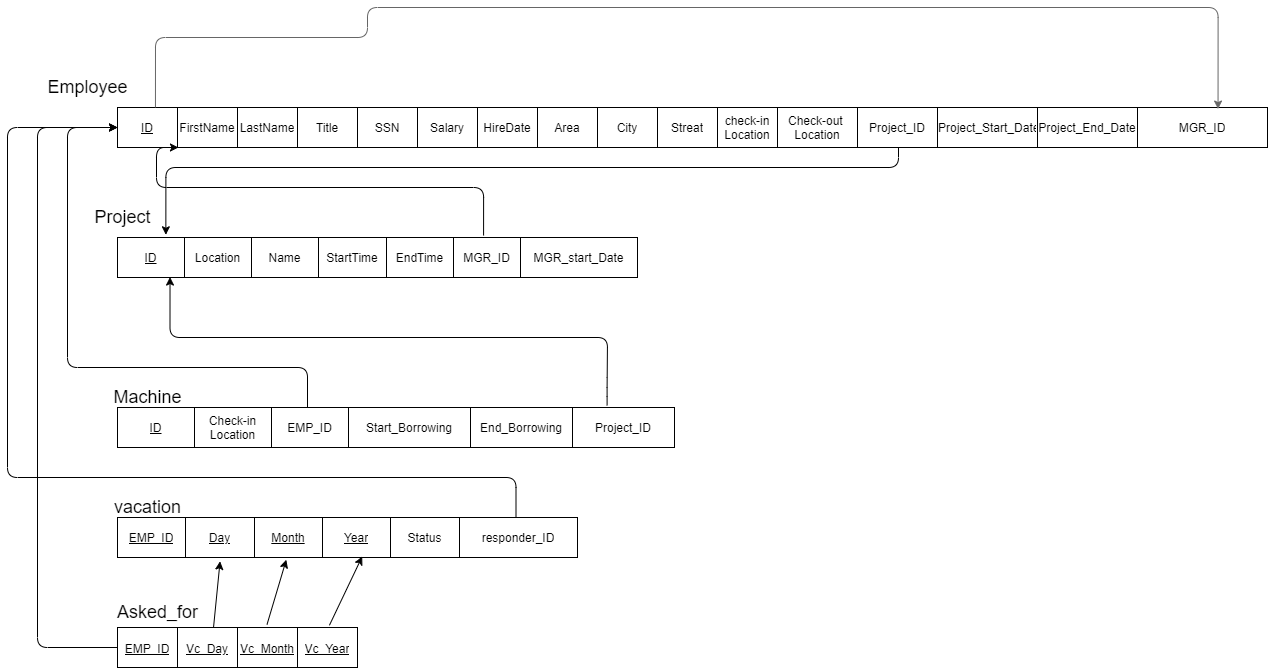
Above: schema.png in aymanred121/IGEC-Logging-App-Project (draw.io), before the change. Source tidied: cells renumbered, new cells last; positions are measured from the earlier drawing's top-left corner, leaving out a move shared by most shapes.
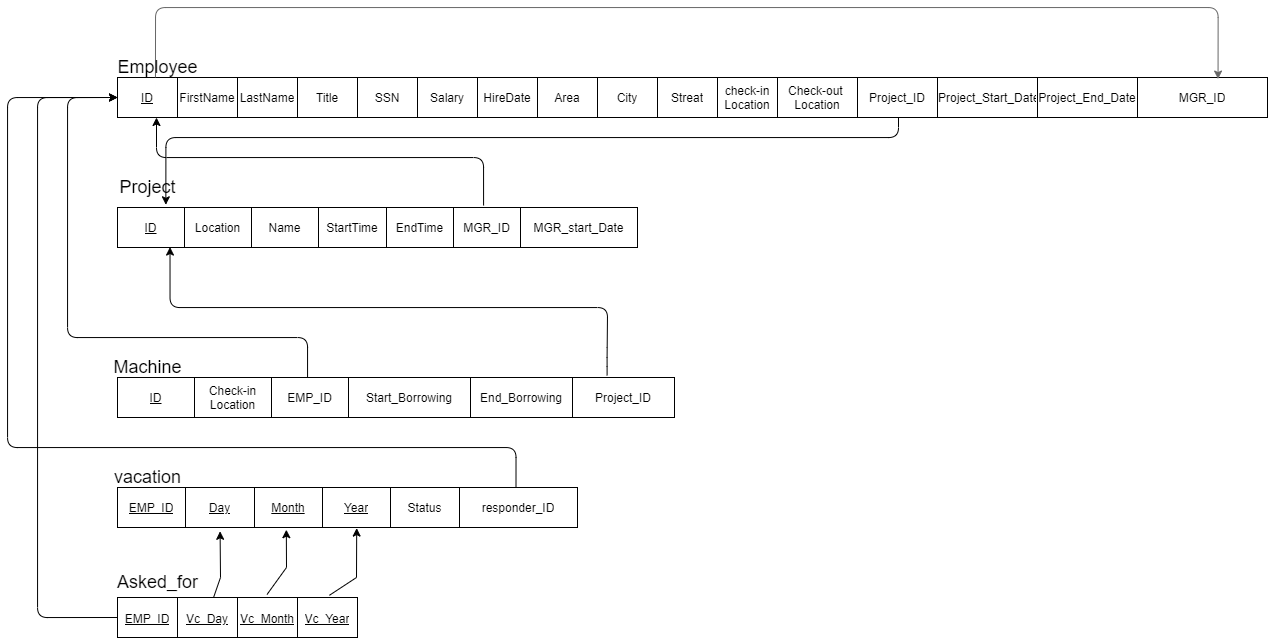
After the change.

Commit message:
schema is on 1NF waiting to review vacation table

What changed in the source:
```diff
@@ -60,14 +60,12 @@
       <mxGeometry relative="1" as="geometry">
         <Array as="points">
           <mxPoint x="38" y="-70" />
-          <mxPoint x="250" y="-70" />
-          <mxPoint x="250" y="-100" />
-          <mxPoint x="1101" y="-100" />
+          <mxPoint x="1101" y="-70" />
         </Array>
       </mxGeometry>
     </mxCell>
-    <mxCell id="21" value="&lt;font style=&quot;font-size: 18px&quot;&gt;Employee&lt;/font&gt;" style="text;html=1;align=center;verticalAlign=middle;strokeColor=none;" parent="1" vertex="1">
-      <mxGeometry x="30" y="70" width="100" height="20" as="geometry" />
+    <mxCell id="21" value="&lt;font style=&quot;font-size: 18px&quot;&gt;Employee&lt;/font&gt;" style="text;html=1;align=center;verticalAlign=middle;strokeColor=none;fontColor=default;" parent="1" vertex="1">
+      <mxGeometry x="100" y="80" width="100" height="20" as="geometry" />
     </mxCell>
     <mxCell id="22" style="shape=table;startSize=0;" parent="1" vertex="1">
       <mxGeometry x="110" y="230" width="520" height="40" as="geometry" />
@@ -96,8 +94,8 @@
     <mxCell id="30" value="MGR_start_Date" style="shape=partialRectangle;html=1;whiteSpace=wrap;overflow=hidden;fillColor=none;top=0;left=0;bottom=0;right=0;" parent="23" vertex="1">
       <mxGeometry x="403" width="117" height="40" as="geometry" />
     </mxCell>
-    <mxCell id="31" value="&lt;font style=&quot;font-size: 18px&quot;&gt;Project&lt;/font&gt;" style="text;html=1;align=center;verticalAlign=middle;strokeColor=none;" parent="1" vertex="1">
-      <mxGeometry x="80" y="200" width="70" height="20" as="geometry" />
+    <mxCell id="31" value="&lt;font style=&quot;font-size: 18px&quot;&gt;Project&lt;/font&gt;" style="text;html=1;align=center;verticalAlign=middle;strokeColor=none;fontColor=default;" parent="1" vertex="1">
+      <mxGeometry x="105" y="200" width="70" height="20" as="geometry" />
     </mxCell>
     <mxCell id="32" style="shape=table;startSize=0;" parent="1" vertex="1">
       <mxGeometry x="110" y="400" width="557" height="40" as="geometry" />
@@ -126,8 +124,9 @@
     <mxCell id="40" value="&lt;font style=&quot;font-size: 18px&quot;&gt;Machine&lt;/font&gt;" style="text;html=1;align=center;verticalAlign=middle;strokeColor=none;" parent="1" vertex="1">
       <mxGeometry x="100" y="380" width="80" height="20" as="geometry" />
     </mxCell>
-    <mxCell id="41" style="edgeStyle=segmentEdgeStyle;endArrow=classic;html=1;strokeColor=#000000;strokeWidth=1;exitX=0.704;exitY=-0.05;exitDx=0;exitDy=0;exitPerimeter=0;entryX=0.053;entryY=1;entryDx=0;entryDy=0;entryPerimeter=0;" parent="1" edge="1" source="23" target="3">
+    <mxCell id="41" style="edgeStyle=segmentEdgeStyle;endArrow=classic;html=1;strokeColor=#000000;strokeWidth=1;exitX=0.704;exitY=-0.05;exitDx=0;exitDy=0;exitPerimeter=0;labelBackgroundColor=default;fontColor=default;" parent="1" edge="1" source="23">
       <mxGeometry relative="1" as="geometry">
+        <mxPoint x="149" y="140" as="targetPoint" />
         <Array as="points">
           <mxPoint x="476" y="180" />
           <mxPoint x="149" y="180" />
@@ -153,7 +152,7 @@
         </Array>
       </mxGeometry>
     </mxCell>
-    <mxCell id="44" style="edgeStyle=segmentEdgeStyle;endArrow=classic;html=1;strokeColor=#000000;strokeWidth=1;entryX=0.093;entryY=-0.068;entryDx=0;entryDy=0;entryPerimeter=0;" parent="1" edge="1" source="3" target="23">
+    <mxCell id="44" style="edgeStyle=segmentEdgeStyle;endArrow=classic;html=1;strokeColor=#000000;strokeWidth=1;entryX=0.093;entryY=-0.068;entryDx=0;entryDy=0;entryPerimeter=0;labelBackgroundColor=default;fontColor=default;" parent="1" edge="1" source="3" target="23">
       <mxGeometry relative="1" as="geometry">
         <Array as="points">
           <mxPoint x="891" y="160" />
@@ -228,13 +227,25 @@
       </mxGeometry>
     </mxCell>
     <mxCell id="63" style="endArrow=classic;html=1;rounded=0;labelBackgroundColor=default;fontSize=12;fontColor=default;strokeColor=default;exitX=0.4;exitY=0.005;exitDx=0;exitDy=0;exitPerimeter=0;entryX=0.223;entryY=1.095;entryDx=0;entryDy=0;entryPerimeter=0;" parent="1" edge="1" source="56" target="46">
-      <mxGeometry relative="1" as="geometry" />
+      <mxGeometry relative="1" as="geometry">
+        <Array as="points">
+          <mxPoint x="213" y="600" />
+        </Array>
+      </mxGeometry>
     </mxCell>
-    <mxCell id="64" style="endArrow=classic;html=1;rounded=0;labelBackgroundColor=default;fontSize=12;fontColor=default;strokeColor=default;exitX=0.883;exitY=-0.055;exitDx=0;exitDy=0;exitPerimeter=0;entryX=0.532;entryY=0.975;entryDx=0;entryDy=0;entryPerimeter=0;" parent="1" edge="1" source="56" target="46">
-      <mxGeometry relative="1" as="geometry" />
+    <mxCell id="64" style="endArrow=classic;html=1;rounded=0;labelBackgroundColor=default;fontSize=12;fontColor=default;strokeColor=default;exitX=0.883;exitY=-0.055;exitDx=0;exitDy=0;exitPerimeter=0;entryX=0.52;entryY=1.015;entryDx=0;entryDy=0;entryPerimeter=0;" parent="1" edge="1" source="56" target="46">
+      <mxGeometry relative="1" as="geometry">
+        <Array as="points">
+          <mxPoint x="349" y="600" />
+        </Array>
+      </mxGeometry>
     </mxCell>
     <mxCell id="65" style="endArrow=classic;html=1;rounded=0;labelBackgroundColor=default;fontSize=12;fontColor=default;strokeColor=default;exitX=0.623;exitY=-0.075;exitDx=0;exitDy=0;exitPerimeter=0;entryX=0.367;entryY=1.055;entryDx=0;entryDy=0;entryPerimeter=0;" parent="1" edge="1" source="56" target="46">
-      <mxGeometry relative="1" as="geometry" />
+      <mxGeometry relative="1" as="geometry">
+        <Array as="points">
+          <mxPoint x="279" y="590" />
+        </Array>
+      </mxGeometry>
     </mxCell>
   </root>
 </mxGraphModel>
```
